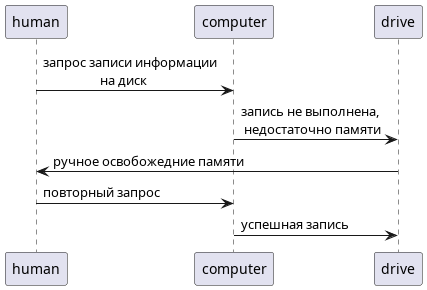
vekusxd/tasks keeps this PlantUML diagram as UML/laba1/out/sequenceCase3/case3.png. Above is the earlier version. Its diagram source:
```plantuml
@startuml case3

participant human AS h
participant computer as c
participant drive as d

h -> c : запрос записи информации\n \t\t   на диск
c -> d : запись не выполнена,\n недостаточно памяти
d -> h : ручное освобожедние памяти
h -> c : повторный запрос
c -> d : успешная запись
@enduml
```
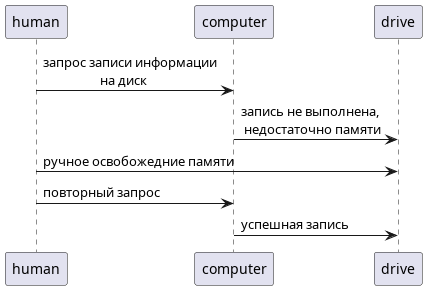
Later version of the same file.

Change to the diagram source:
```diff
@@ -6,7 +6,7 @@
 
 h -> c : запрос записи информации\n \t\t   на диск
 c -> d : запись не выполнена,\n недостаточно памяти
-d -> h : ручное освобожедние памяти
+h -> d : ручное освобожедние памяти
 h -> c : повторный запрос
 c -> d : успешная запись
 @enduml
```
